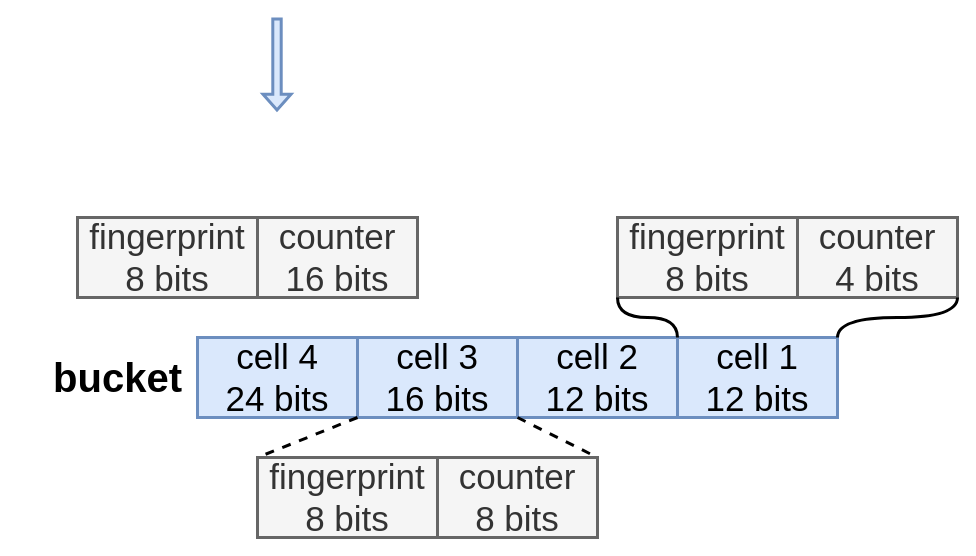
Earlier version of the draw.io diagram page "bucket结构" (12 of 16) of 未命名绘图.drawio (sql0316/hello-world). Source tidied: cells renumbered, new cells numbered last; positions are measured from the earlier drawing's top-left corner, leaving out a move shared by most shapes. Both pictures are drawn from the tidied source at 100%, with x=0, y=0 at pixel (47, 17).
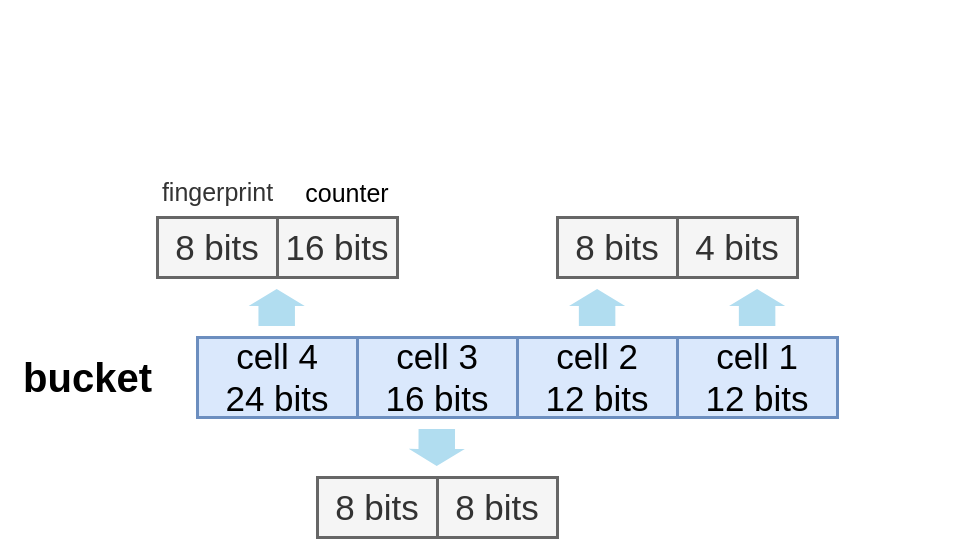
Above is the later version.

Commit message:
更新未命名绘图.drawio

The change refers to these unchanged cells:
```xml
<mxCell id="2" value="&lt;font style=&quot;font-size: 35px&quot;&gt;cell 1&lt;br&gt;12 bits&lt;br&gt;&lt;/font&gt;" style="rounded=0;whiteSpace=wrap;html=1;fontFamily=Helvetica;strokeWidth=3;fillColor=#dae8fc;strokeColor=#6c8ebf;" parent="1" vertex="1">
  <mxGeometry x="630" y="320" width="160" height="80" as="geometry" />
</mxCell>
<mxCell id="3" value="&lt;font style=&quot;font-size: 35px&quot;&gt;cell 2&lt;br&gt;12 bits&lt;br&gt;&lt;/font&gt;" style="rounded=0;whiteSpace=wrap;html=1;fontFamily=Helvetica;strokeWidth=3;fillColor=#dae8fc;strokeColor=#6c8ebf;" parent="1" vertex="1">
  <mxGeometry x="470" y="320" width="160" height="80" as="geometry" />
</mxCell>
<mxCell id="4" value="&lt;font style=&quot;font-size: 35px&quot;&gt;cell 3&lt;br&gt;16 bits&lt;br&gt;&lt;/font&gt;" style="rounded=0;whiteSpace=wrap;html=1;fontFamily=Helvetica;strokeWidth=3;fillColor=#dae8fc;strokeColor=#6c8ebf;" parent="1" vertex="1">
  <mxGeometry x="310" y="320" width="160" height="80" as="geometry" />
</mxCell>
```

Diff of the diagram source:
```diff
@@
-    <mxCell id="6" value="&lt;font style=&quot;font-size: 35px&quot;&gt;fingerprint&lt;br&gt;8 bits&lt;br&gt;&lt;/font&gt;" style="rounded=0;whiteSpace=wrap;html=1;fontFamily=Helvetica;strokeWidth=3;fillColor=#f5f5f5;strokeColor=#666666;fontColor=#333333;" parent="1" vertex="1">
-      <mxGeometry x="570" y="200" width="180" height="80" as="geometry" />
-    </mxCell>
-    <mxCell id="7" value="&lt;font style=&quot;font-size: 35px&quot;&gt;counter&lt;br&gt;4 bits&lt;br&gt;&lt;/font&gt;" style="rounded=0;whiteSpace=wrap;html=1;fontFamily=Helvetica;strokeWidth=3;fillColor=#f5f5f5;strokeColor=#666666;fontColor=#333333;" parent="1" vertex="1">
-      <mxGeometry x="750" y="200" width="160" height="80" as="geometry" />
-    </mxCell>
-    <mxCell id="8" style="jumpStyle=gap;jumpSize=6;jettySize=auto;html=1;exitX=0;exitY=1;exitDx=0;exitDy=0;shadow=0;fontFamily=Helvetica;fontSize=35;fontColor=#D4E1F5;startArrow=none;startFill=0;endArrow=none;endFill=0;strokeWidth=3;entryX=1;entryY=0;entryDx=0;entryDy=0;edgeStyle=orthogonalEdgeStyle;curved=1;" parent="1" edge="1" source="6" target="3">
-      <mxGeometry relative="1" as="geometry" />
-    </mxCell>
-    <mxCell id="9" style="jumpStyle=gap;jumpSize=6;jettySize=auto;html=1;exitX=1;exitY=1;exitDx=0;exitDy=0;shadow=0;fontFamily=Helvetica;fontSize=35;fontColor=#D4E1F5;startArrow=none;startFill=0;endArrow=none;endFill=0;strokeWidth=3;entryX=1;entryY=0;entryDx=0;entryDy=0;edgeStyle=orthogonalEdgeStyle;curved=1;" parent="1" edge="1" source="7" target="2">
-      <mxGeometry relative="1" as="geometry" />
-    </mxCell>
-    <mxCell id="10" value="&lt;font style=&quot;font-size: 35px&quot;&gt;fingerprint&lt;br&gt;8 bits&lt;br&gt;&lt;/font&gt;" style="rounded=0;whiteSpace=wrap;html=1;fontFamily=Helvetica;strokeWidth=3;fillColor=#f5f5f5;strokeColor=#666666;fontColor=#333333;" parent="1" vertex="1">
-      <mxGeometry x="210" y="440" width="180" height="80" as="geometry" />
+    <mxCell id="10" value="&lt;font style=&quot;font-size: 35px&quot;&gt;8 bits&lt;br&gt;&lt;/font&gt;" style="rounded=0;whiteSpace=wrap;html=1;fontFamily=Helvetica;strokeWidth=3;fillColor=#f5f5f5;strokeColor=#666666;fontColor=#333333;" parent="1" vertex="1">
+      <mxGeometry x="270" y="460" width="120" height="60" as="geometry" />
     </mxCell>
-    <mxCell id="11" value="&lt;font style=&quot;font-size: 35px&quot;&gt;counter&lt;br&gt;8 bits&lt;br&gt;&lt;/font&gt;" style="rounded=0;whiteSpace=wrap;html=1;fontFamily=Helvetica;strokeWidth=3;fillColor=#f5f5f5;strokeColor=#666666;fontColor=#333333;" parent="1" vertex="1">
-      <mxGeometry x="390" y="440" width="160" height="80" as="geometry" />
+    <mxCell id="11" value="&lt;font style=&quot;font-size: 35px&quot;&gt;8 bits&lt;br&gt;&lt;/font&gt;" style="rounded=0;whiteSpace=wrap;html=1;fontFamily=Helvetica;strokeWidth=3;fillColor=#f5f5f5;strokeColor=#666666;fontColor=#333333;" parent="1" vertex="1">
+      <mxGeometry x="390" y="460" width="120" height="60" as="geometry" />
     </mxCell>
-    <mxCell id="12" style="rounded=1;jumpStyle=gap;jumpSize=6;jettySize=auto;html=1;exitX=0;exitY=1;exitDx=0;exitDy=0;shadow=0;fontFamily=Helvetica;fontSize=35;fontColor=#D4E1F5;startArrow=none;startFill=0;endArrow=none;endFill=0;strokeWidth=3;entryX=0;entryY=0;entryDx=0;entryDy=0;dashed=1;" parent="1" edge="1" source="4" target="10">
-      <mxGeometry relative="1" as="geometry" />
-    </mxCell>
-    <mxCell id="13" style="rounded=1;jumpStyle=gap;jumpSize=6;jettySize=auto;html=1;exitX=1;exitY=1;exitDx=0;exitDy=0;shadow=0;fontFamily=Helvetica;fontSize=35;fontColor=#D4E1F5;startArrow=none;startFill=0;endArrow=none;endFill=0;strokeWidth=3;entryX=1;entryY=0;entryDx=0;entryDy=0;dashed=1;" parent="1" edge="1" source="4" target="11">
-      <mxGeometry relative="1" as="geometry" />
-    </mxCell>
-    <mxCell id="14" value="&lt;font style=&quot;font-size: 35px&quot;&gt;fingerprint&lt;br&gt;8 bits&lt;br&gt;&lt;/font&gt;" style="rounded=0;whiteSpace=wrap;html=1;fontFamily=Helvetica;strokeWidth=3;fillColor=#f5f5f5;strokeColor=#666666;fontColor=#333333;" parent="1" vertex="1">
-      <mxGeometry x="30" y="200" width="180" height="80" as="geometry" />
-    </mxCell>
-    <mxCell id="15" value="&lt;font style=&quot;font-size: 35px&quot;&gt;counter&lt;br&gt;16 bits&lt;br&gt;&lt;/font&gt;" style="rounded=0;whiteSpace=wrap;html=1;fontFamily=Helvetica;strokeWidth=3;fillColor=#f5f5f5;strokeColor=#666666;fontColor=#333333;" parent="1" vertex="1">
-      <mxGeometry x="210" y="200" width="160" height="80" as="geometry" />
-    </mxCell>
     <mxCell id="16" value="&lt;font style=&quot;font-size: 40px&quot;&gt;bucket&lt;/font&gt;" style="text;html=1;align=center;verticalAlign=middle;fontStyle=1;fontFamily=Helvetica;fontSize=30;strokeWidth=3;" parent="1" vertex="1">
-      <mxGeometry y="335" width="140" height="50" as="geometry" />
+      <mxGeometry x="-30" y="335" width="140" height="50" as="geometry" />
     </mxCell>
-    <mxCell id="17" style="edgeStyle=none;rounded=0;orthogonalLoop=1;jettySize=auto;html=1;fontFamily=Helvetica;endArrow=block;endFill=1;strokeWidth=3;shape=flexArrow;endWidth=16.6;endSize=4.25;width=6.4;fillColor=#dae8fc;strokeColor=#6c8ebf;exitX=0.5;exitY=1;exitDx=0;exitDy=0;entryX=0.663;entryY=-0.9;entryDx=0;entryDy=0;entryPerimeter=0;" parent="1" edge="1">
+    <mxCell id="17" style="edgeStyle=none;rounded=0;orthogonalLoop=1;jettySize=auto;html=1;fontFamily=Helvetica;endArrow=block;endFill=1;strokeWidth=3;shape=flexArrow;endWidth=16.6;endSize=4.689655172413793;width=34.48275862068966;fillColor=#b1ddf0;strokeColor=none;" parent="1" edge="1">
       <mxGeometry relative="1" as="geometry">
-        <mxPoint x="229.5" as="sourcePoint" />
-        <mxPoint x="229.5" y="94" as="targetPoint" />
+        <mxPoint x="229.2" y="310" as="sourcePoint" />
+        <mxPoint x="229.2" y="270" as="targetPoint" />
       </mxGeometry>
     </mxCell>
+    <mxCell id="18" value="&lt;span style=&quot;color: rgb(51, 51, 51); font-family: Helvetica; font-style: normal; font-variant-ligatures: normal; font-variant-caps: normal; font-weight: 400; letter-spacing: normal; orphans: 2; text-indent: 0px; text-transform: none; widows: 2; word-spacing: 0px; -webkit-text-stroke-width: 0px; background-color: rgb(255, 255, 255); text-decoration-thickness: initial; text-decoration-style: initial; text-decoration-color: initial; float: none; display: inline !important;&quot;&gt;&lt;font style=&quot;font-size: 25px;&quot;&gt;fingerprint&lt;/font&gt;&lt;/span&gt;" style="text;whiteSpace=wrap;html=1;align=center;" parent="1" vertex="1">
+      <mxGeometry x="102.5" y="153" width="135" height="40" as="geometry" />
+    </mxCell>
+    <mxCell id="19" value="&lt;font style=&quot;font-size: 35px&quot;&gt;8 bits&lt;br&gt;&lt;/font&gt;" style="rounded=0;whiteSpace=wrap;html=1;fontFamily=Helvetica;strokeWidth=3;fillColor=#f5f5f5;strokeColor=#666666;fontColor=#333333;" parent="1" vertex="1">
+      <mxGeometry x="510" y="200" width="120" height="60" as="geometry" />
+    </mxCell>
+    <mxCell id="20" value="&lt;font style=&quot;font-size: 35px&quot;&gt;4 bits&lt;br&gt;&lt;/font&gt;" style="rounded=0;whiteSpace=wrap;html=1;fontFamily=Helvetica;strokeWidth=3;fillColor=#f5f5f5;strokeColor=#666666;fontColor=#333333;" parent="1" vertex="1">
+      <mxGeometry x="630" y="200" width="120" height="60" as="geometry" />
+    </mxCell>
+    <mxCell id="21" value="&lt;font style=&quot;font-size: 35px&quot;&gt;8 bits&lt;br&gt;&lt;/font&gt;" style="rounded=0;whiteSpace=wrap;html=1;fontFamily=Helvetica;strokeWidth=3;fillColor=#f5f5f5;strokeColor=#666666;fontColor=#333333;" parent="1" vertex="1">
+      <mxGeometry x="110" y="200" width="120" height="60" as="geometry" />
+    </mxCell>
+    <mxCell id="22" value="&lt;font style=&quot;font-size: 35px&quot;&gt;16 bits&lt;br&gt;&lt;/font&gt;" style="rounded=0;whiteSpace=wrap;html=1;fontFamily=Helvetica;strokeWidth=3;fillColor=#f5f5f5;strokeColor=#666666;fontColor=#333333;" parent="1" vertex="1">
+      <mxGeometry x="230" y="200" width="120" height="60" as="geometry" />
+    </mxCell>
+    <mxCell id="23" style="edgeStyle=none;rounded=0;orthogonalLoop=1;jettySize=auto;html=1;fontFamily=Helvetica;endArrow=block;endFill=1;strokeWidth=3;shape=flexArrow;endWidth=16.6;endSize=4.689655172413793;width=34.48275862068966;fillColor=#b1ddf0;strokeColor=none;" parent="1" edge="1">
+      <mxGeometry relative="1" as="geometry">
+        <mxPoint x="389.3" y="410" as="sourcePoint" />
+        <mxPoint x="389.2" y="450" as="targetPoint" />
+      </mxGeometry>
+    </mxCell>
+    <mxCell id="24" style="edgeStyle=none;rounded=0;orthogonalLoop=1;jettySize=auto;html=1;fontFamily=Helvetica;endArrow=block;endFill=1;strokeWidth=3;shape=flexArrow;endWidth=16.6;endSize=4.689655172413793;width=34.48275862068966;fillColor=#b1ddf0;strokeColor=none;" parent="1" edge="1">
+      <mxGeometry relative="1" as="geometry">
+        <mxPoint x="549.6" y="310" as="sourcePoint" />
+        <mxPoint x="549.6" y="270" as="targetPoint" />
+      </mxGeometry>
+    </mxCell>
+    <mxCell id="25" style="edgeStyle=none;rounded=0;orthogonalLoop=1;jettySize=auto;html=1;fontFamily=Helvetica;endArrow=block;endFill=1;strokeWidth=3;shape=flexArrow;endWidth=16.6;endSize=4.689655172413793;width=34.48275862068966;fillColor=#b1ddf0;strokeColor=none;" parent="1" edge="1">
+      <mxGeometry relative="1" as="geometry">
+        <mxPoint x="709.6" y="310" as="sourcePoint" />
+        <mxPoint x="709.6" y="270" as="targetPoint" />
+      </mxGeometry>
+    </mxCell>
+    <mxCell id="26" value="&lt;font style=&quot;font-size: 25px;&quot;&gt;counter&lt;/font&gt;" style="text;html=1;strokeColor=none;fillColor=none;align=center;verticalAlign=middle;whiteSpace=wrap;rounded=0;" parent="1" vertex="1">
+      <mxGeometry x="240" y="160" width="120" height="30" as="geometry" />
+    </mxCell>
```
